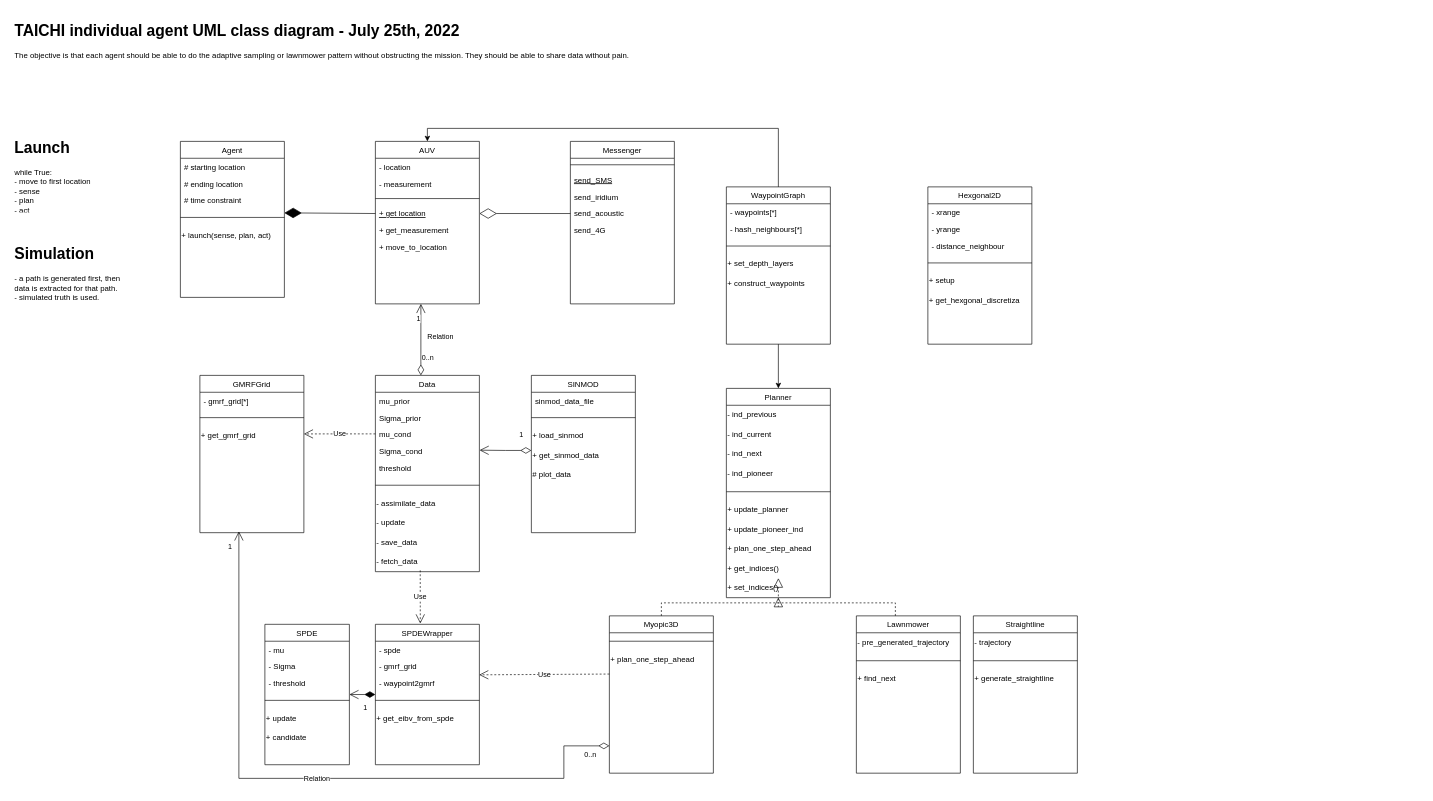
The draw.io diagram SystemDesign/TAICHI_UML_Class.drawio in MASCOT-NTNU/TAICHI, before the edit. Source tidied: cells renumbered, new cells numbered last; positions are measured from the earlier drawing's top-left corner, leaving out a move shared by most shapes. Both pictures are drawn from the tidied source at 65%, with x=0, y=0 at pixel (11, 18).
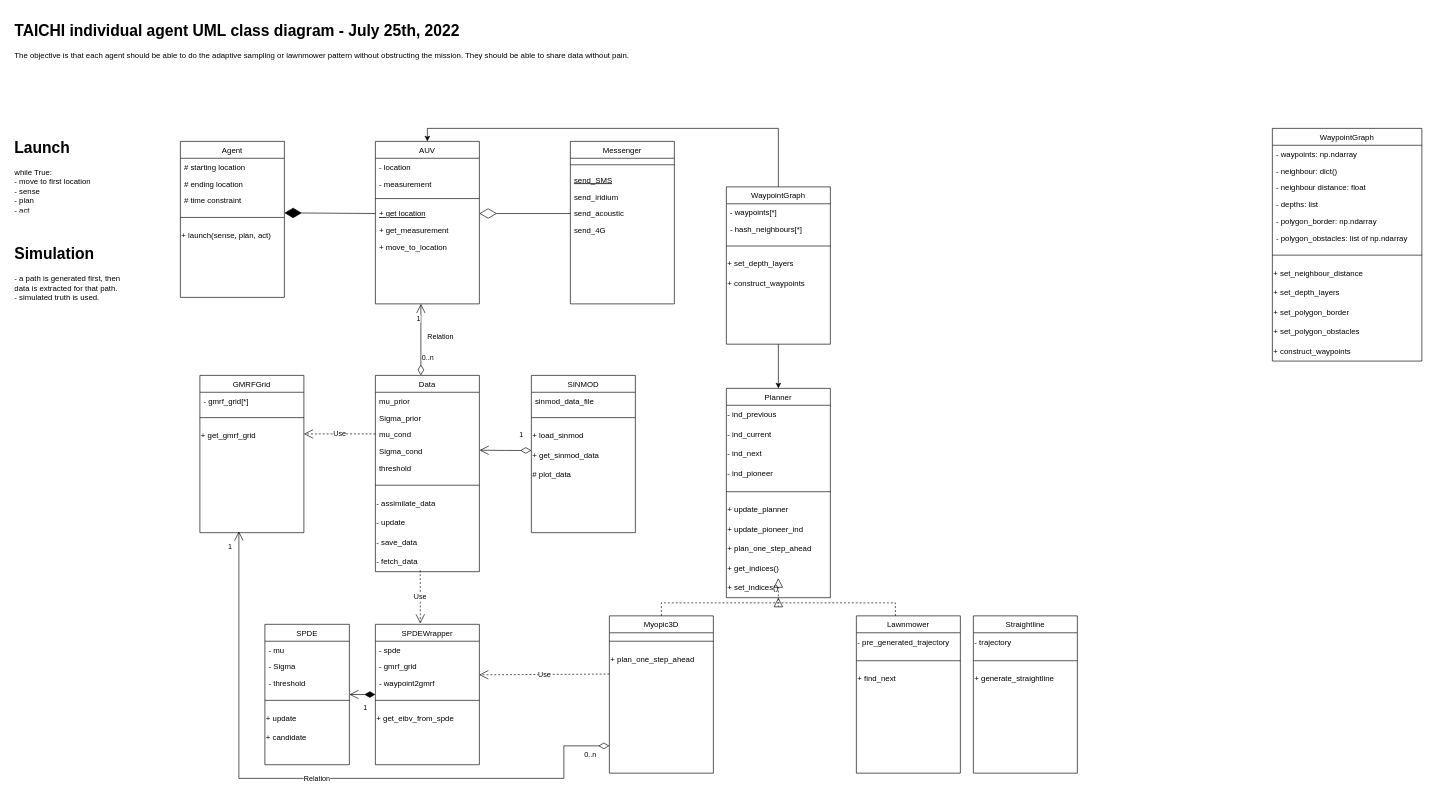
Above is the later version.

What changed in the source:
```diff
@@
-    <mxCell id="103" value="Hexgonal2D" style="swimlane;fontStyle=0;align=center;verticalAlign=top;horizontal=1;startSize=26;rounded=0;shadow=0;strokeWidth=1;" parent="1" vertex="1">
-      <mxGeometry x="1410" y="260" width="160" height="242" as="geometry" />
-    </mxCell>
-    <mxCell id="104" value="- xrange" style="text;align=left;verticalAlign=top;spacingLeft=4;spacingRight=4;overflow=hidden;rounded=0;shadow=0;html=0;" parent="103" vertex="1">
-      <mxGeometry y="26" width="160" height="26" as="geometry" />
-    </mxCell>
-    <mxCell id="105" value="- yrange" style="text;align=left;verticalAlign=top;spacingLeft=4;spacingRight=4;overflow=hidden;rounded=0;shadow=0;html=0;" parent="103" vertex="1">
-      <mxGeometry y="52" width="160" height="26" as="geometry" />
-    </mxCell>
-    <mxCell id="106" value="- distance_neighbour" style="text;align=left;verticalAlign=top;spacingLeft=4;spacingRight=4;overflow=hidden;rounded=0;shadow=0;html=0;" parent="103" vertex="1">
-      <mxGeometry y="78" width="160" height="26" as="geometry" />
-    </mxCell>
-    <mxCell id="107" style="line;html=1;strokeWidth=1;align=left;verticalAlign=middle;spacingTop=-1;spacingLeft=3;spacingRight=3;labelPosition=right;" parent="103" vertex="1">
-      <mxGeometry y="104" width="160" height="26" as="geometry" />
-    </mxCell>
-    <mxCell id="108" value="+ setup" style="text;html=1;strokeColor=none;fillColor=none;align=left;verticalAlign=middle;whiteSpace=wrap;rounded=0;" parent="103" vertex="1">
-      <mxGeometry y="130" width="160" height="30" as="geometry" />
-    </mxCell>
-    <mxCell id="109" value="+ get_hexgonal_discretiza" style="text;html=1;strokeColor=none;fillColor=none;align=left;verticalAlign=middle;whiteSpace=wrap;rounded=0;" parent="103" vertex="1">
-      <mxGeometry y="160" width="160" height="30" as="geometry" />
-    </mxCell>
+    <mxCell id="110" value="WaypointGraph" style="swimlane;fontStyle=0;align=center;verticalAlign=top;horizontal=1;startSize=26;rounded=0;shadow=0;strokeWidth=1;" parent="1" vertex="1">
+      <mxGeometry x="1940" y="170" width="230" height="358" as="geometry" />
+    </mxCell>
+    <mxCell id="111" value="- waypoints: np.ndarray" style="text;align=left;verticalAlign=top;spacingLeft=4;spacingRight=4;overflow=hidden;rounded=0;shadow=0;html=0;" parent="110" vertex="1">
+      <mxGeometry y="26" width="230" height="26" as="geometry" />
+    </mxCell>
+    <mxCell id="112" value="- neighbour: dict()" style="text;align=left;verticalAlign=top;spacingLeft=4;spacingRight=4;overflow=hidden;rounded=0;shadow=0;html=0;" parent="110" vertex="1">
+      <mxGeometry y="52" width="230" height="26" as="geometry" />
+    </mxCell>
+    <mxCell id="113" value="- neighbour distance: float" style="text;align=left;verticalAlign=top;spacingLeft=4;spacingRight=4;overflow=hidden;rounded=0;shadow=0;html=0;" parent="110" vertex="1">
+      <mxGeometry y="78" width="230" height="26" as="geometry" />
+    </mxCell>
+    <mxCell id="114" value="- depths: list" style="text;align=left;verticalAlign=top;spacingLeft=4;spacingRight=4;overflow=hidden;rounded=0;shadow=0;html=0;" parent="110" vertex="1">
+      <mxGeometry y="104" width="230" height="26" as="geometry" />
+    </mxCell>
+    <mxCell id="115" value="- polygon_border: np.ndarray" style="text;align=left;verticalAlign=top;spacingLeft=4;spacingRight=4;overflow=hidden;rounded=0;shadow=0;html=0;" parent="110" vertex="1">
+      <mxGeometry y="130" width="230" height="26" as="geometry" />
+    </mxCell>
+    <mxCell id="116" value="- polygon_obstacles: list of np.ndarray" style="text;align=left;verticalAlign=top;spacingLeft=4;spacingRight=4;overflow=hidden;rounded=0;shadow=0;html=0;" parent="110" vertex="1">
+      <mxGeometry y="156" width="230" height="26" as="geometry" />
+    </mxCell>
+    <mxCell id="117" style="line;html=1;strokeWidth=1;align=left;verticalAlign=middle;spacingTop=-1;spacingLeft=3;spacingRight=3;labelPosition=right;" parent="110" vertex="1">
+      <mxGeometry y="182" width="230" height="26" as="geometry" />
+    </mxCell>
+    <mxCell id="118" value="+ set_neighbour_distance" style="text;html=1;strokeColor=none;fillColor=none;align=left;verticalAlign=middle;whiteSpace=wrap;rounded=0;" parent="110" vertex="1">
+      <mxGeometry y="208" width="230" height="30" as="geometry" />
+    </mxCell>
+    <mxCell id="119" value="+ set_depth_layers" style="text;html=1;strokeColor=none;fillColor=none;align=left;verticalAlign=middle;whiteSpace=wrap;rounded=0;" parent="110" vertex="1">
+      <mxGeometry y="238" width="230" height="30" as="geometry" />
+    </mxCell>
+    <mxCell id="120" value="+ set_polygon_border" style="text;html=1;strokeColor=none;fillColor=none;align=left;verticalAlign=middle;whiteSpace=wrap;rounded=0;" parent="110" vertex="1">
+      <mxGeometry y="268" width="230" height="30" as="geometry" />
+    </mxCell>
+    <mxCell id="121" value="+ set_polygon_obstacles" style="text;html=1;strokeColor=none;fillColor=none;align=left;verticalAlign=middle;whiteSpace=wrap;rounded=0;" parent="110" vertex="1">
+      <mxGeometry y="298" width="230" height="30" as="geometry" />
+    </mxCell>
+    <mxCell id="122" value="+ construct_waypoints" style="text;html=1;strokeColor=none;fillColor=none;align=left;verticalAlign=middle;whiteSpace=wrap;rounded=0;" parent="110" vertex="1">
+      <mxGeometry y="328" width="230" height="30" as="geometry" />
+    </mxCell>
```
